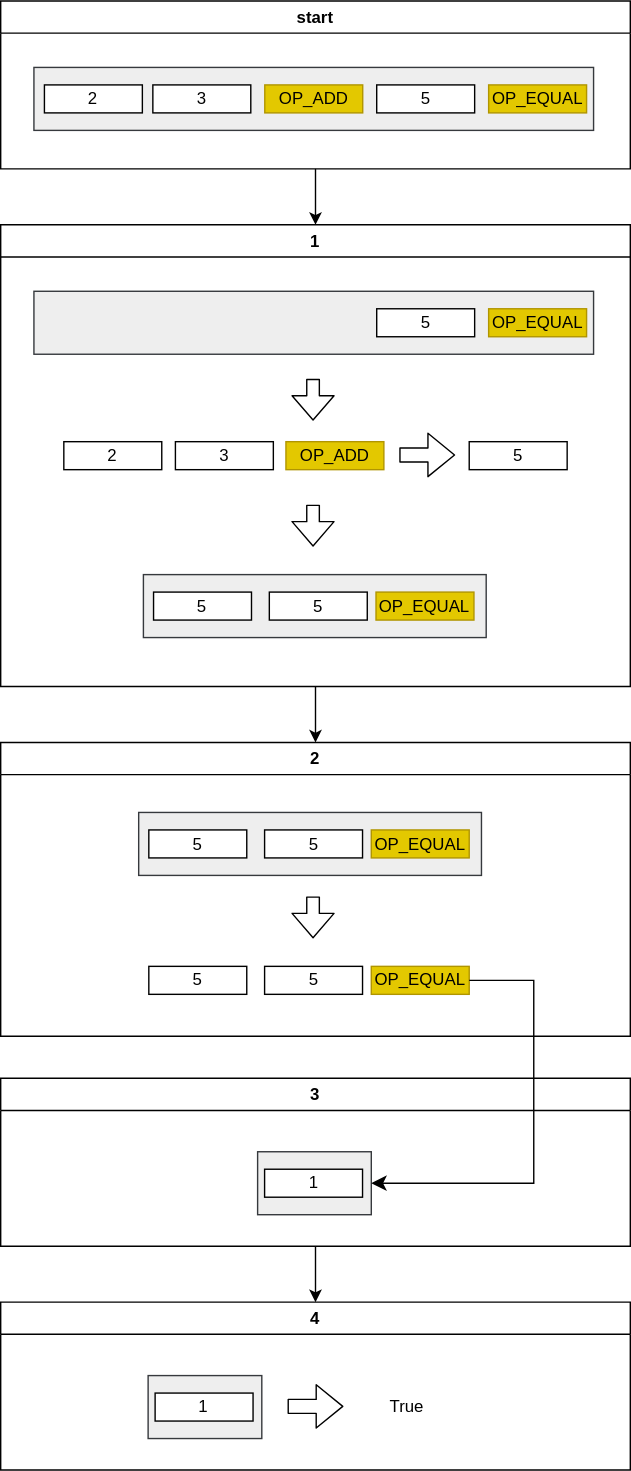
Above: P01_bitcoin/img/bitcoin-script.drawio.svg in blockchaininnovation/lecture (draw.io), before the change. Source tidied: cells renumbered, new cells last; positions are measured from the earlier drawing's top-left corner, leaving out a move shared by most shapes.
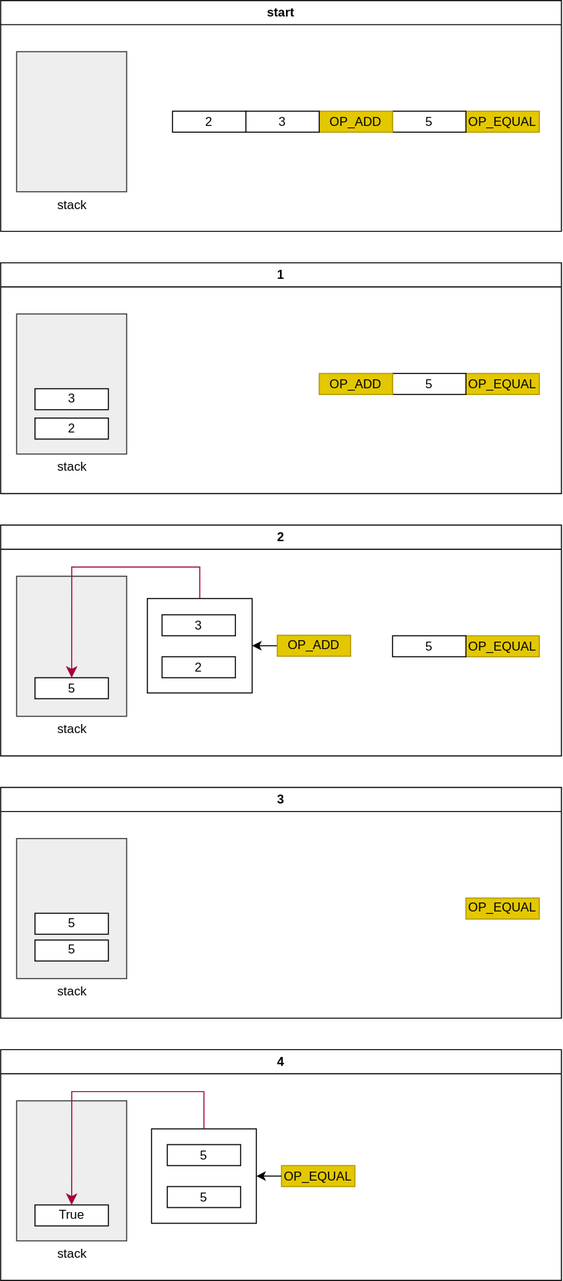
The same diagram one commit later.

Change to the diagram source:
```diff
@@ -2,153 +2,149 @@
   <root>
     <mxCell id="0" />
     <mxCell id="1" parent="0" />
-    <mxCell id="2" style="edgeStyle=none;html=1;exitX=0.5;exitY=1;exitDx=0;exitDy=0;entryX=0.5;entryY=0;entryDx=0;entryDy=0;" parent="1" edge="1" source="3" target="11">
-      <mxGeometry relative="1" as="geometry" />
-    </mxCell>
     <mxCell id="3" value="start" style="swimlane;whiteSpace=wrap;html=1;startSize=23;" parent="1" vertex="1">
-      <mxGeometry y="130" width="450" height="120" as="geometry" />
+      <mxGeometry x="-43" y="140" width="535.1" height="220" as="geometry" />
     </mxCell>
     <mxCell id="4" style="rounded=0;whiteSpace=wrap;html=1;rotation=90;fillColor=#eeeeee;strokeColor=#36393d;" parent="3" vertex="1">
-      <mxGeometry x="201.2" y="-130" width="45" height="400" as="geometry" />
+      <mxGeometry x="1" y="63" width="133.5" height="105" as="geometry" />
     </mxCell>
+    <mxCell id="9" value="OP_EQUAL" style="rounded=0;whiteSpace=wrap;html=1;fillColor=#e3c800;fontColor=#000000;strokeColor=#B09500;" parent="3" vertex="1">
+      <mxGeometry x="444" y="105.5" width="70" height="20" as="geometry" />
+    </mxCell>
+    <mxCell id="8" value="5" style="rounded=0;whiteSpace=wrap;html=1;" parent="3" vertex="1">
+      <mxGeometry x="374" y="105.5" width="70" height="20" as="geometry" />
+    </mxCell>
+    <mxCell id="7" value="OP_ADD" style="rounded=0;whiteSpace=wrap;html=1;fillColor=#e3c800;fontColor=#000000;strokeColor=#B09500;" parent="3" vertex="1">
+      <mxGeometry x="304" y="105.5" width="70" height="20" as="geometry" />
+    </mxCell>
+    <mxCell id="6" value="3" style="rounded=0;whiteSpace=wrap;html=1;" parent="3" vertex="1">
+      <mxGeometry x="234" y="105.5" width="70" height="20" as="geometry" />
+    </mxCell>
     <mxCell id="5" value="2" style="rounded=0;whiteSpace=wrap;html=1;" parent="3" vertex="1">
-      <mxGeometry x="31.2" y="60" width="70" height="20" as="geometry" />
+      <mxGeometry x="164" y="105.5" width="70" height="20" as="geometry" />
     </mxCell>
-    <mxCell id="6" value="3" style="rounded=0;whiteSpace=wrap;html=1;" parent="3" vertex="1">
-      <mxGeometry x="108.8" y="60" width="70" height="20" as="geometry" />
-    </mxCell>
-    <mxCell id="7" value="OP_ADD" style="rounded=0;whiteSpace=wrap;html=1;fillColor=#e3c800;fontColor=#000000;strokeColor=#B09500;" parent="3" vertex="1">
-      <mxGeometry x="188.8" y="60" width="70" height="20" as="geometry" />
-    </mxCell>
-    <mxCell id="8" value="5" style="rounded=0;whiteSpace=wrap;html=1;" parent="3" vertex="1">
-      <mxGeometry x="268.8" y="60" width="70" height="20" as="geometry" />
-    </mxCell>
-    <mxCell id="9" value="OP_EQUAL" style="rounded=0;whiteSpace=wrap;html=1;fillColor=#e3c800;fontColor=#000000;strokeColor=#B09500;" parent="3" vertex="1">
-      <mxGeometry x="348.8" y="60" width="70" height="20" as="geometry" />
-    </mxCell>
-    <mxCell id="10" style="edgeStyle=none;html=1;exitX=0.5;exitY=1;exitDx=0;exitDy=0;entryX=0.5;entryY=0;entryDx=0;entryDy=0;" parent="1" edge="1" source="11" target="26">
-      <mxGeometry relative="1" as="geometry" />
-    </mxCell>
+    <mxCell id="45" value="stack" style="text;html=1;align=center;verticalAlign=middle;strokeColor=none;fillColor=none;" parent="3" vertex="1">
+      <mxGeometry x="42.8" y="180" width="50" height="30" as="geometry" />
+    </mxCell>
     <mxCell id="11" value="1" style="swimlane;whiteSpace=wrap;html=1;startSize=23;" parent="1" vertex="1">
-      <mxGeometry y="290" width="450" height="330" as="geometry" />
+      <mxGeometry x="-43" y="390" width="535.1" height="220" as="geometry" />
     </mxCell>
-    <mxCell id="12" style="rounded=0;whiteSpace=wrap;html=1;rotation=90;fillColor=#eeeeee;strokeColor=#36393d;" parent="11" vertex="1">
-      <mxGeometry x="201.2" y="-130" width="45" height="400" as="geometry" />
-    </mxCell>
-    <mxCell id="13" value="2" style="rounded=0;whiteSpace=wrap;html=1;" parent="11" vertex="1">
-      <mxGeometry x="45.1" y="155" width="70" height="20" as="geometry" />
-    </mxCell>
-    <mxCell id="14" value="3" style="rounded=0;whiteSpace=wrap;html=1;" parent="11" vertex="1">
-      <mxGeometry x="124.9" y="155" width="70" height="20" as="geometry" />
-    </mxCell>
-    <mxCell id="15" value="OP_ADD" style="rounded=0;whiteSpace=wrap;html=1;fillColor=#e3c800;fontColor=#000000;strokeColor=#B09500;" parent="11" vertex="1">
-      <mxGeometry x="203.9" y="155" width="70" height="20" as="geometry" />
-    </mxCell>
-    <mxCell id="16" value="5" style="rounded=0;whiteSpace=wrap;html=1;" parent="11" vertex="1">
-      <mxGeometry x="268.8" y="60" width="70" height="20" as="geometry" />
-    </mxCell>
-    <mxCell id="17" value="OP_EQUAL" style="rounded=0;whiteSpace=wrap;html=1;fillColor=#e3c800;fontColor=#000000;strokeColor=#B09500;" parent="11" vertex="1">
-      <mxGeometry x="348.8" y="60" width="70" height="20" as="geometry" />
-    </mxCell>
-    <mxCell id="18" style="shape=flexArrow;endArrow=classic;html=1;" parent="11" edge="1">
-      <mxGeometry relative="1" as="geometry">
-        <mxPoint x="284.9" y="164.5" as="sourcePoint" />
-        <mxPoint x="324.9" y="164.5" as="targetPoint" />
-      </mxGeometry>
-    </mxCell>
-    <mxCell id="19" value="5" style="rounded=0;whiteSpace=wrap;html=1;" parent="11" vertex="1">
-      <mxGeometry x="334.9" y="155" width="70" height="20" as="geometry" />
-    </mxCell>
-    <mxCell id="20" style="shape=flexArrow;endArrow=classic;html=1;width=9;endSize=5.45;" parent="11" edge="1">
-      <mxGeometry relative="1" as="geometry">
-        <mxPoint x="223.2" y="110" as="sourcePoint" />
-        <mxPoint x="223.2" y="140" as="targetPoint" />
-      </mxGeometry>
-    </mxCell>
-    <mxCell id="21" style="shape=flexArrow;endArrow=classic;html=1;width=9;endSize=5.45;" parent="11" edge="1">
-      <mxGeometry relative="1" as="geometry">
-        <mxPoint x="223.2" y="200" as="sourcePoint" />
-        <mxPoint x="223.2" y="230" as="targetPoint" />
-      </mxGeometry>
-    </mxCell>
-    <mxCell id="22" style="rounded=0;whiteSpace=wrap;html=1;rotation=90;fillColor=#eeeeee;strokeColor=#36393d;" parent="11" vertex="1">
-      <mxGeometry x="202" y="150" width="45" height="245" as="geometry" />
-    </mxCell>
-    <mxCell id="23" value="5" style="rounded=0;whiteSpace=wrap;html=1;" parent="11" vertex="1">
-      <mxGeometry x="109.2" y="262.5" width="70" height="20" as="geometry" />
-    </mxCell>
-    <mxCell id="24" value="OP_EQUAL" style="rounded=0;whiteSpace=wrap;html=1;fillColor=#e3c800;fontColor=#000000;strokeColor=#B09500;" parent="11" vertex="1">
-      <mxGeometry x="268.2" y="262.5" width="70" height="20" as="geometry" />
-    </mxCell>
-    <mxCell id="25" value="5" style="rounded=0;whiteSpace=wrap;html=1;" parent="11" vertex="1">
-      <mxGeometry x="192" y="262.5" width="70" height="20" as="geometry" />
-    </mxCell>
+    <mxCell id="46" style="rounded=0;whiteSpace=wrap;html=1;rotation=90;fillColor=#eeeeee;strokeColor=#36393d;" parent="11" vertex="1">
+      <mxGeometry x="1" y="63" width="133.5" height="105" as="geometry" />
+    </mxCell>
+    <mxCell id="47" value="OP_EQUAL" style="rounded=0;whiteSpace=wrap;html=1;fillColor=#e3c800;fontColor=#000000;strokeColor=#B09500;" parent="11" vertex="1">
+      <mxGeometry x="444" y="105.5" width="70" height="20" as="geometry" />
+    </mxCell>
+    <mxCell id="48" value="5" style="rounded=0;whiteSpace=wrap;html=1;" parent="11" vertex="1">
+      <mxGeometry x="374" y="105.5" width="70" height="20" as="geometry" />
+    </mxCell>
+    <mxCell id="49" value="OP_ADD" style="rounded=0;whiteSpace=wrap;html=1;fillColor=#e3c800;fontColor=#000000;strokeColor=#B09500;" parent="11" vertex="1">
+      <mxGeometry x="304" y="105.5" width="70" height="20" as="geometry" />
+    </mxCell>
+    <mxCell id="50" value="3" style="rounded=0;whiteSpace=wrap;html=1;" parent="11" vertex="1">
+      <mxGeometry x="32.8" y="120" width="70" height="20" as="geometry" />
+    </mxCell>
+    <mxCell id="51" value="2" style="rounded=0;whiteSpace=wrap;html=1;" parent="11" vertex="1">
+      <mxGeometry x="32.8" y="148" width="70" height="20" as="geometry" />
+    </mxCell>
+    <mxCell id="52" value="stack" style="text;html=1;align=center;verticalAlign=middle;strokeColor=none;fillColor=none;" parent="11" vertex="1">
+      <mxGeometry x="42.8" y="180" width="50" height="30" as="geometry" />
+    </mxCell>
     <mxCell id="26" value="2" style="swimlane;whiteSpace=wrap;html=1;startSize=23;" parent="1" vertex="1">
-      <mxGeometry y="660" width="450" height="210" as="geometry" />
+      <mxGeometry x="-43" y="640" width="535.1" height="220" as="geometry" />
     </mxCell>
-    <mxCell id="27" style="shape=flexArrow;endArrow=classic;html=1;width=9;endSize=5.45;" parent="26" edge="1">
-      <mxGeometry relative="1" as="geometry">
-        <mxPoint x="223.2" y="110" as="sourcePoint" />
-        <mxPoint x="223.2" y="140" as="targetPoint" />
-      </mxGeometry>
-    </mxCell>
-    <mxCell id="28" style="rounded=0;whiteSpace=wrap;html=1;rotation=90;fillColor=#eeeeee;strokeColor=#36393d;" parent="26" vertex="1">
-      <mxGeometry x="198.6" y="-50" width="45" height="245" as="geometry" />
-    </mxCell>
-    <mxCell id="29" value="5" style="rounded=0;whiteSpace=wrap;html=1;" parent="26" vertex="1">
-      <mxGeometry x="105.9" y="62.5" width="70" height="20" as="geometry" />
-    </mxCell>
-    <mxCell id="30" value="OP_EQUAL" style="rounded=0;whiteSpace=wrap;html=1;fillColor=#e3c800;fontColor=#000000;strokeColor=#B09500;" parent="26" vertex="1">
-      <mxGeometry x="264.9" y="62.5" width="70" height="20" as="geometry" />
-    </mxCell>
-    <mxCell id="31" value="5" style="rounded=0;whiteSpace=wrap;html=1;" parent="26" vertex="1">
-      <mxGeometry x="188.6" y="62.5" width="70" height="20" as="geometry" />
-    </mxCell>
-    <mxCell id="32" value="5" style="rounded=0;whiteSpace=wrap;html=1;" parent="26" vertex="1">
-      <mxGeometry x="105.9" y="160" width="70" height="20" as="geometry" />
-    </mxCell>
-    <mxCell id="33" value="OP_EQUAL" style="rounded=0;whiteSpace=wrap;html=1;fillColor=#e3c800;fontColor=#000000;strokeColor=#B09500;" parent="26" vertex="1">
-      <mxGeometry x="264.9" y="160" width="70" height="20" as="geometry" />
-    </mxCell>
-    <mxCell id="34" value="5" style="rounded=0;whiteSpace=wrap;html=1;" parent="26" vertex="1">
-      <mxGeometry x="188.6" y="160" width="70" height="20" as="geometry" />
-    </mxCell>
-    <mxCell id="35" style="edgeStyle=none;html=1;entryX=0.5;entryY=0;entryDx=0;entryDy=0;" parent="1" edge="1" source="36" target="40">
-      <mxGeometry relative="1" as="geometry" />
-    </mxCell>
+    <mxCell id="53" style="rounded=0;whiteSpace=wrap;html=1;" parent="26" vertex="1">
+      <mxGeometry x="140" y="70" width="100" height="90" as="geometry" />
+    </mxCell>
+    <mxCell id="54" style="rounded=0;whiteSpace=wrap;html=1;rotation=90;fillColor=#eeeeee;strokeColor=#36393d;" parent="26" vertex="1">
+      <mxGeometry x="1" y="63" width="133.5" height="105" as="geometry" />
+    </mxCell>
+    <mxCell id="55" value="OP_EQUAL" style="rounded=0;whiteSpace=wrap;html=1;fillColor=#e3c800;fontColor=#000000;strokeColor=#B09500;" parent="26" vertex="1">
+      <mxGeometry x="444" y="105.5" width="70" height="20" as="geometry" />
+    </mxCell>
+    <mxCell id="56" value="5" style="rounded=0;whiteSpace=wrap;html=1;" parent="26" vertex="1">
+      <mxGeometry x="374" y="105.5" width="70" height="20" as="geometry" />
+    </mxCell>
+    <mxCell id="57" style="edgeStyle=none;html=1;entryX=1;entryY=0.5;entryDx=0;entryDy=0;" parent="26" edge="1" source="58" target="53">
+      <mxGeometry relative="1" as="geometry" />
+    </mxCell>
+    <mxCell id="58" value="OP_ADD" style="rounded=0;whiteSpace=wrap;html=1;fillColor=#e3c800;fontColor=#000000;strokeColor=#B09500;" parent="26" vertex="1">
+      <mxGeometry x="264" y="105" width="70" height="20" as="geometry" />
+    </mxCell>
+    <mxCell id="59" value="3" style="rounded=0;whiteSpace=wrap;html=1;" parent="26" vertex="1">
+      <mxGeometry x="154" y="85.5" width="70" height="20" as="geometry" />
+    </mxCell>
+    <mxCell id="60" value="2" style="rounded=0;whiteSpace=wrap;html=1;" parent="26" vertex="1">
+      <mxGeometry x="154" y="125.5" width="70" height="20" as="geometry" />
+    </mxCell>
+    <mxCell id="61" value="stack" style="text;html=1;align=center;verticalAlign=middle;strokeColor=none;fillColor=none;" parent="26" vertex="1">
+      <mxGeometry x="42.8" y="180" width="50" height="30" as="geometry" />
+    </mxCell>
+    <mxCell id="62" value="5" style="rounded=0;whiteSpace=wrap;html=1;" parent="26" vertex="1">
+      <mxGeometry x="32.8" y="145.5" width="70" height="20" as="geometry" />
+    </mxCell>
+    <mxCell id="63" style="edgeStyle=segmentEdgeStyle;endArrow=classic;html=1;curved=0;rounded=0;endSize=8;startSize=8;exitX=0.5;exitY=0;exitDx=0;exitDy=0;entryX=0.5;entryY=0;entryDx=0;entryDy=0;fillColor=#d80073;strokeColor=#A50040;" parent="26" edge="1" source="53" target="62">
+      <mxGeometry relative="1" as="geometry">
+        <Array as="points">
+          <mxPoint x="190" y="40" />
+          <mxPoint x="68" y="40" />
+        </Array>
+      </mxGeometry>
+    </mxCell>
     <mxCell id="36" value="3" style="swimlane;whiteSpace=wrap;html=1;startSize=23;" parent="1" vertex="1">
-      <mxGeometry y="900" width="450" height="120" as="geometry" />
+      <mxGeometry x="-43" y="890" width="535.1" height="220" as="geometry" />
     </mxCell>
-    <mxCell id="37" style="rounded=0;whiteSpace=wrap;html=1;rotation=90;fillColor=#eeeeee;strokeColor=#36393d;" parent="36" vertex="1">
-      <mxGeometry x="201.8" y="34.4" width="45" height="81.2" as="geometry" />
-    </mxCell>
-    <mxCell id="38" value="1" style="rounded=0;whiteSpace=wrap;html=1;" parent="36" vertex="1">
-      <mxGeometry x="188.6" y="65" width="70" height="20" as="geometry" />
-    </mxCell>
-    <mxCell id="39" style="edgeStyle=elbowEdgeStyle;elbow=horizontal;endArrow=classic;html=1;curved=0;rounded=0;endSize=8;startSize=8;exitX=1;exitY=0.5;exitDx=0;exitDy=0;entryX=0.5;entryY=0;entryDx=0;entryDy=0;" parent="1" edge="1" source="33" target="37">
-      <mxGeometry relative="1" as="geometry">
-        <Array as="points">
-          <mxPoint x="381" y="910" />
-        </Array>
-      </mxGeometry>
-    </mxCell>
+    <mxCell id="64" style="rounded=0;whiteSpace=wrap;html=1;rotation=90;fillColor=#eeeeee;strokeColor=#36393d;" parent="36" vertex="1">
+      <mxGeometry x="1" y="63" width="133.5" height="105" as="geometry" />
+    </mxCell>
+    <mxCell id="65" value="OP_EQUAL" style="rounded=0;whiteSpace=wrap;html=1;fillColor=#e3c800;fontColor=#000000;strokeColor=#B09500;" parent="36" vertex="1">
+      <mxGeometry x="444" y="105.5" width="70" height="20" as="geometry" />
+    </mxCell>
+    <mxCell id="66" value="5" style="rounded=0;whiteSpace=wrap;html=1;" parent="36" vertex="1">
+      <mxGeometry x="32.8" y="120" width="70" height="20" as="geometry" />
+    </mxCell>
+    <mxCell id="67" value="stack" style="text;html=1;align=center;verticalAlign=middle;strokeColor=none;fillColor=none;" parent="36" vertex="1">
+      <mxGeometry x="42.8" y="180" width="50" height="30" as="geometry" />
+    </mxCell>
+    <mxCell id="68" value="5" style="rounded=0;whiteSpace=wrap;html=1;" parent="36" vertex="1">
+      <mxGeometry x="32.8" y="145.5" width="70" height="20" as="geometry" />
+    </mxCell>
     <mxCell id="40" value="4" style="swimlane;whiteSpace=wrap;html=1;startSize=23;" parent="1" vertex="1">
-      <mxGeometry y="1060" width="450" height="120" as="geometry" />
+      <mxGeometry x="-43" y="1140" width="535.1" height="220" as="geometry" />
     </mxCell>
-    <mxCell id="41" style="rounded=0;whiteSpace=wrap;html=1;rotation=90;fillColor=#eeeeee;strokeColor=#36393d;" parent="40" vertex="1">
-      <mxGeometry x="123.5" y="34.4" width="45" height="81.2" as="geometry" />
-    </mxCell>
-    <mxCell id="42" value="1" style="rounded=0;whiteSpace=wrap;html=1;" parent="40" vertex="1">
-      <mxGeometry x="110.4" y="65" width="70" height="20" as="geometry" />
-    </mxCell>
-    <mxCell id="43" style="shape=flexArrow;endArrow=classic;html=1;" parent="40" edge="1">
-      <mxGeometry relative="1" as="geometry">
-        <mxPoint x="205" y="74.5" as="sourcePoint" />
-        <mxPoint x="245" y="74.5" as="targetPoint" />
-      </mxGeometry>
-    </mxCell>
+    <mxCell id="69" style="rounded=0;whiteSpace=wrap;html=1;" parent="40" vertex="1">
+      <mxGeometry x="144" y="75.5" width="100" height="90" as="geometry" />
+    </mxCell>
+    <mxCell id="70" style="rounded=0;whiteSpace=wrap;html=1;rotation=90;fillColor=#eeeeee;strokeColor=#36393d;" parent="40" vertex="1">
+      <mxGeometry x="1" y="63" width="133.5" height="105" as="geometry" />
+    </mxCell>
+    <mxCell id="71" value="OP_EQUAL" style="rounded=0;whiteSpace=wrap;html=1;fillColor=#e3c800;fontColor=#000000;strokeColor=#B09500;" parent="40" vertex="1">
+      <mxGeometry x="268" y="110.5" width="70" height="20" as="geometry" />
+    </mxCell>
+    <mxCell id="72" value="5" style="rounded=0;whiteSpace=wrap;html=1;" parent="40" vertex="1">
+      <mxGeometry x="159" y="90.5" width="70" height="20" as="geometry" />
+    </mxCell>
+    <mxCell id="73" value="stack" style="text;html=1;align=center;verticalAlign=middle;strokeColor=none;fillColor=none;" parent="40" vertex="1">
+      <mxGeometry x="42.8" y="180" width="50" height="30" as="geometry" />
+    </mxCell>
+    <mxCell id="74" value="5" style="rounded=0;whiteSpace=wrap;html=1;" parent="40" vertex="1">
+      <mxGeometry x="159" y="130.5" width="70" height="20" as="geometry" />
+    </mxCell>
+    <mxCell id="75" style="edgeStyle=none;html=1;entryX=1;entryY=0.5;entryDx=0;entryDy=0;" parent="40" edge="1" target="69">
+      <mxGeometry relative="1" as="geometry">
+        <mxPoint x="268" y="120.5" as="sourcePoint" />
+      </mxGeometry>
+    </mxCell>
-    <mxCell id="44" value="True" style="text;html=1;align=center;verticalAlign=middle;points=[];strokeColor=none;fillColor=none;" parent="40" vertex="1">
-      <mxGeometry x="265.4" y="60" width="50" height="30" as="geometry" />
+    <mxCell id="44" value="True" style="rounded=0;whiteSpace=wrap;html=1;" parent="40" vertex="1">
+      <mxGeometry x="32.8" y="148" width="70" height="20" as="geometry" />
     </mxCell>
+    <mxCell id="76" style="edgeStyle=segmentEdgeStyle;endArrow=classic;html=1;curved=0;rounded=0;endSize=8;startSize=8;exitX=0.5;exitY=0;exitDx=0;exitDy=0;entryX=0.5;entryY=0;entryDx=0;entryDy=0;fillColor=#d80073;strokeColor=#A50040;" parent="40" edge="1" source="69" target="44">
+      <mxGeometry relative="1" as="geometry">
+        <Array as="points">
+          <mxPoint x="194" y="40" />
+          <mxPoint x="68" y="40" />
+        </Array>
+      </mxGeometry>
+    </mxCell>
   </root>
 </mxGraphModel>
```
